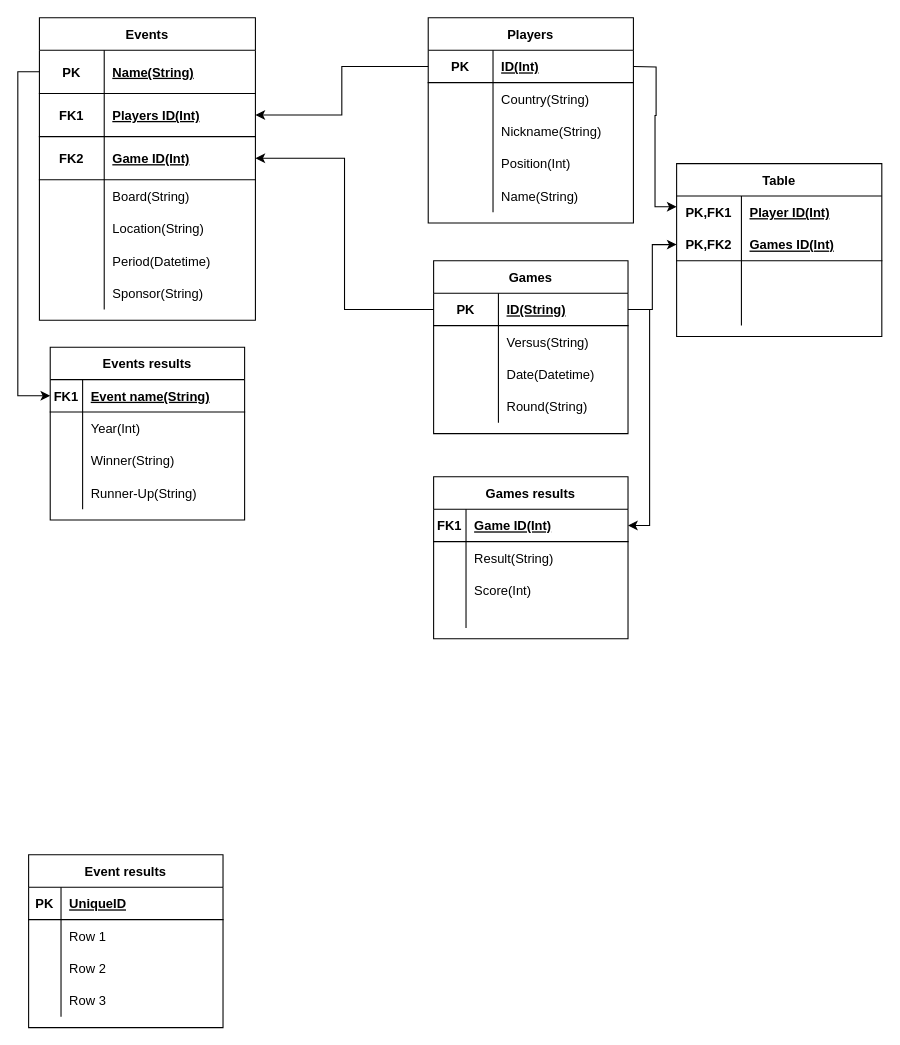
Earlier version of the draw.io diagram page "Page-2" (2 of 3) of rgrERD.drawio (Kochtyan/VisProgRGR). Source tidied: cells renumbered, new cells numbered last; positions are measured from the earlier drawing's top-left corner, leaving out a move shared by most shapes. Both pictures are drawn from the tidied source at 108%, with x=0, y=0 at pixel (28, 17).
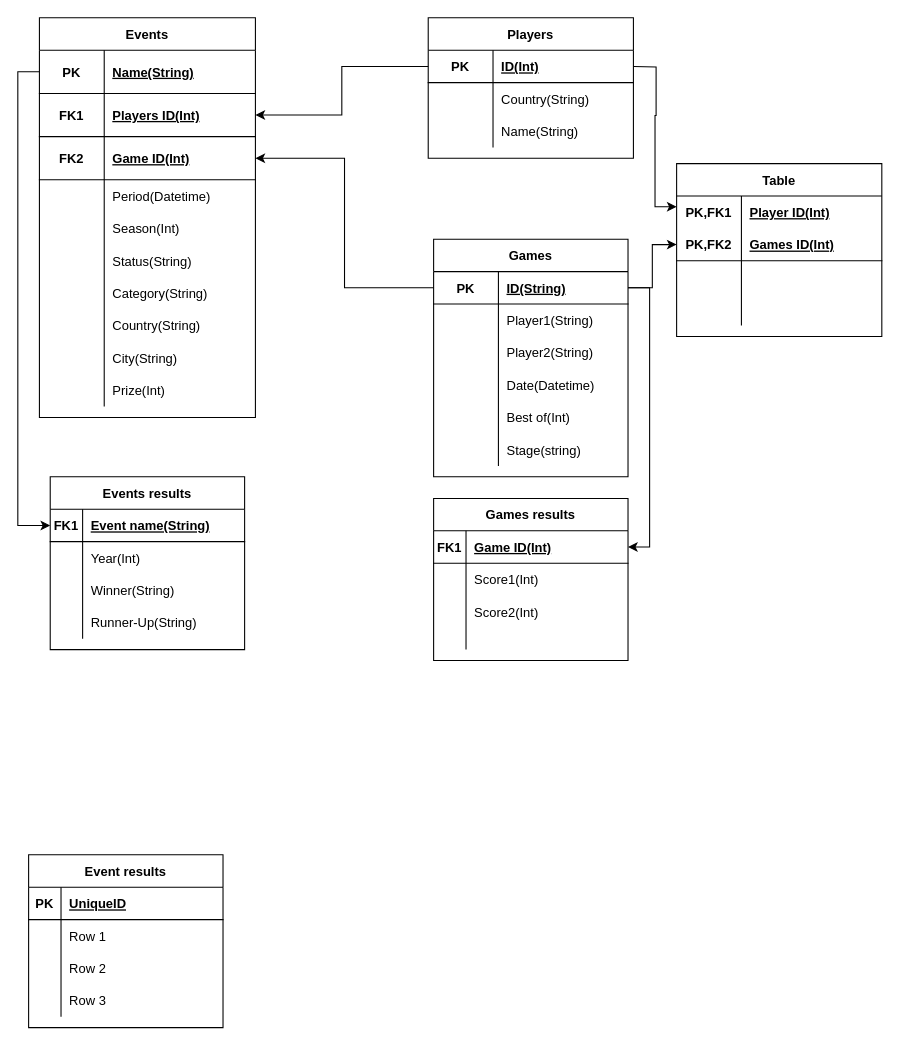
The same page after the edit.

The change refers to these unchanged cells:
```xml
<mxCell id="28" style="shape=tableRow;horizontal=0;startSize=0;swimlaneHead=0;swimlaneBody=0;fillColor=none;top=0;left=0;right=0;bottom=0;" parent="18" vertex="1">
  <mxGeometry y="150" width="200" height="30" as="geometry" />
</mxCell>
<mxCell id="31" style="shape=tableRow;horizontal=0;startSize=0;swimlaneHead=0;swimlaneBody=0;fillColor=none;top=0;left=0;right=0;bottom=0;" parent="18" vertex="1">
  <mxGeometry y="180" width="200" height="30" as="geometry" />
</mxCell>
<mxCell id="34" style="shape=tableRow;horizontal=0;startSize=0;swimlaneHead=0;swimlaneBody=0;fillColor=none;top=0;left=0;right=0;bottom=0;" parent="18" vertex="1">
  <mxGeometry y="210" width="200" height="30" as="geometry" />
</mxCell>
<mxCell id="37" style="shape=tableRow;horizontal=0;startSize=0;swimlaneHead=0;swimlaneBody=0;fillColor=none;top=0;left=0;right=0;bottom=0;" parent="18" vertex="1">
  <mxGeometry y="240" width="200" height="30" as="geometry" />
</mxCell>
<mxCell id="44" style="shape=tableRow;horizontal=0;startSize=0;swimlaneHead=0;swimlaneBody=0;fillColor=none;top=0;left=0;right=0;bottom=0;" parent="40" vertex="1">
  <mxGeometry y="60" width="180" height="30" as="geometry" />
</mxCell>
<mxCell id="47" style="shape=tableRow;horizontal=0;startSize=0;swimlaneHead=0;swimlaneBody=0;fillColor=none;top=0;left=0;right=0;bottom=0;" parent="40" vertex="1">
  <mxGeometry y="90" width="180" height="30" as="geometry" />
</mxCell>
<mxCell id="50" style="shape=tableRow;horizontal=0;startSize=0;swimlaneHead=0;swimlaneBody=0;fillColor=none;top=0;left=0;right=0;bottom=0;" parent="40" vertex="1">
  <mxGeometry y="120" width="180" height="30" as="geometry" />
</mxCell>
<mxCell id="57" style="shape=tableRow;horizontal=0;startSize=0;swimlaneHead=0;swimlaneBody=0;fillColor=none;top=0;left=0;right=0;bottom=0;" parent="53" vertex="1">
  <mxGeometry y="60" width="180" height="30" as="geometry" />
</mxCell>
<mxCell id="60" style="shape=tableRow;horizontal=0;startSize=0;swimlaneHead=0;swimlaneBody=0;fillColor=none;top=0;left=0;right=0;bottom=0;" parent="53" vertex="1">
  <mxGeometry y="90" width="180" height="30" as="geometry" />
</mxCell>
```

The edit, as a diff of the source:
```diff
@@
     <mxCell id="2" value="Players" style="shape=table;startSize=30;childLayout=tableLayout;rowLines=0;fontStyle=1;align=center;" parent="1" vertex="1">
-      <mxGeometry x="370" width="190" height="190" as="geometry" />
+      <mxGeometry x="370" width="190" height="130" as="geometry" />
     </mxCell>
@@
-    <mxCell id="9" style="shape=tableRow;horizontal=0;startSize=0;swimlaneHead=0;swimlaneBody=0;fillColor=none;top=0;left=0;right=0;bottom=0;" parent="2" vertex="1">
-      <mxGeometry y="90" width="190" height="30" as="geometry" />
-    </mxCell>
-    <mxCell id="10" style="shape=partialRectangle;fillColor=none;top=0;left=0;bottom=0;right=0;overflow=hidden;" parent="9" vertex="1">
-      <mxGeometry width="60" height="30" as="geometry" />
-    </mxCell>
-    <mxCell id="11" value="Nickname(String)" style="shape=partialRectangle;fillColor=none;top=0;left=0;bottom=0;right=0;align=left;spacingLeft=6;overflow=hidden;" parent="9" vertex="1">
-      <mxGeometry x="60" width="130" height="30" as="geometry" />
-    </mxCell>
-    <mxCell id="12" style="shape=tableRow;horizontal=0;startSize=0;swimlaneHead=0;swimlaneBody=0;fillColor=none;top=0;left=0;right=0;bottom=0;" parent="2" vertex="1">
-      <mxGeometry y="120" width="190" height="30" as="geometry" />
-    </mxCell>
-    <mxCell id="13" style="shape=partialRectangle;fillColor=none;top=0;left=0;bottom=0;right=0;overflow=hidden;" parent="12" vertex="1">
-      <mxGeometry width="60" height="30" as="geometry" />
-    </mxCell>
-    <mxCell id="14" value="Position(Int)" style="shape=partialRectangle;fillColor=none;top=0;left=0;bottom=0;right=0;align=left;spacingLeft=6;overflow=hidden;" parent="12" vertex="1">
-      <mxGeometry x="60" width="130" height="30" as="geometry" />
-    </mxCell>
     <mxCell id="15" style="shape=tableRow;horizontal=0;startSize=0;swimlaneHead=0;swimlaneBody=0;fillColor=none;top=0;left=0;right=0;bottom=0;" parent="2" vertex="1">
-      <mxGeometry y="150" width="190" height="30" as="geometry" />
+      <mxGeometry y="90" width="190" height="30" as="geometry" />
     </mxCell>
@@
     <mxCell id="18" value="Events" style="shape=table;startSize=30;childLayout=tableLayout;rowLines=0;fontStyle=1;align=center;" parent="1" vertex="1">
-      <mxGeometry x="10" width="200" height="280" as="geometry" />
+      <mxGeometry x="10" width="200" height="370" as="geometry" />
     </mxCell>
@@
-    <mxCell id="30" value="Board(String)" style="shape=partialRectangle;fillColor=none;top=0;left=0;bottom=0;right=0;align=left;spacingLeft=6;overflow=hidden;" parent="28" vertex="1">
+    <mxCell id="30" value="Period(Datetime)" style="shape=partialRectangle;fillColor=none;top=0;left=0;bottom=0;right=0;align=left;spacingLeft=6;overflow=hidden;" parent="28" vertex="1">
       <mxGeometry x="60" width="140" height="30" as="geometry" />
     </mxCell>
@@
-    <mxCell id="33" value="Location(String)" style="shape=partialRectangle;fillColor=none;top=0;left=0;bottom=0;right=0;align=left;spacingLeft=6;overflow=hidden;" parent="31" vertex="1">
+    <mxCell id="33" value="Season(Int)" style="shape=partialRectangle;fillColor=none;top=0;left=0;bottom=0;right=0;align=left;spacingLeft=6;overflow=hidden;" parent="31" vertex="1">
       <mxGeometry x="60" width="140" height="30" as="geometry" />
     </mxCell>
@@
-    <mxCell id="36" value="Period(Datetime)" style="shape=partialRectangle;fillColor=none;top=0;left=0;bottom=0;right=0;align=left;spacingLeft=6;overflow=hidden;" parent="34" vertex="1">
+    <mxCell id="36" value="Status(String)" style="shape=partialRectangle;fillColor=none;top=0;left=0;bottom=0;right=0;align=left;spacingLeft=6;overflow=hidden;" parent="34" vertex="1">
       <mxGeometry x="60" width="140" height="30" as="geometry" />
     </mxCell>
@@
-    <mxCell id="39" value="Sponsor(String)" style="shape=partialRectangle;fillColor=none;top=0;left=0;bottom=0;right=0;align=left;spacingLeft=6;overflow=hidden;" parent="37" vertex="1">
+    <mxCell id="39" value="Category(String)" style="shape=partialRectangle;fillColor=none;top=0;left=0;bottom=0;right=0;align=left;spacingLeft=6;overflow=hidden;" parent="37" vertex="1">
       <mxGeometry x="60" width="140" height="30" as="geometry" />
     </mxCell>
+    <mxCell id="111" style="shape=tableRow;horizontal=0;startSize=0;swimlaneHead=0;swimlaneBody=0;fillColor=none;top=0;left=0;right=0;bottom=0;" parent="18" vertex="1">
+      <mxGeometry y="270" width="200" height="30" as="geometry" />
+    </mxCell>
+    <mxCell id="112" style="shape=partialRectangle;fillColor=none;top=0;left=0;bottom=0;right=0;overflow=hidden;" parent="111" vertex="1">
+      <mxGeometry width="60" height="30" as="geometry" />
+    </mxCell>
+    <mxCell id="113" value="Country(String)" style="shape=partialRectangle;fillColor=none;top=0;left=0;bottom=0;right=0;align=left;spacingLeft=6;overflow=hidden;" parent="111" vertex="1">
+      <mxGeometry x="60" width="140" height="30" as="geometry" />
+    </mxCell>
+    <mxCell id="114" style="shape=tableRow;horizontal=0;startSize=0;swimlaneHead=0;swimlaneBody=0;fillColor=none;top=0;left=0;right=0;bottom=0;" parent="18" vertex="1">
+      <mxGeometry y="300" width="200" height="30" as="geometry" />
+    </mxCell>
+    <mxCell id="115" style="shape=partialRectangle;fillColor=none;top=0;left=0;bottom=0;right=0;overflow=hidden;" parent="114" vertex="1">
+      <mxGeometry width="60" height="30" as="geometry" />
+    </mxCell>
+    <mxCell id="116" value="City(String)" style="shape=partialRectangle;fillColor=none;top=0;left=0;bottom=0;right=0;align=left;spacingLeft=6;overflow=hidden;" parent="114" vertex="1">
+      <mxGeometry x="60" width="140" height="30" as="geometry" />
+    </mxCell>
+    <mxCell id="117" style="shape=tableRow;horizontal=0;startSize=0;swimlaneHead=0;swimlaneBody=0;fillColor=none;top=0;left=0;right=0;bottom=0;" parent="18" vertex="1">
+      <mxGeometry y="330" width="200" height="30" as="geometry" />
+    </mxCell>
+    <mxCell id="118" style="shape=partialRectangle;fillColor=none;top=0;left=0;bottom=0;right=0;overflow=hidden;" parent="117" vertex="1">
+      <mxGeometry width="60" height="30" as="geometry" />
+    </mxCell>
+    <mxCell id="119" value="Prize(Int)" style="shape=partialRectangle;fillColor=none;top=0;left=0;bottom=0;right=0;align=left;spacingLeft=6;overflow=hidden;" parent="117" vertex="1">
+      <mxGeometry x="60" width="140" height="30" as="geometry" />
+    </mxCell>
     <mxCell id="40" value="Games" style="shape=table;startSize=30;childLayout=tableLayout;rowLines=0;fontStyle=1;align=center;" parent="1" vertex="1">
-      <mxGeometry x="375" y="225" width="180" height="160" as="geometry" />
+      <mxGeometry x="375" y="205" width="180" height="220" as="geometry" />
     </mxCell>
@@
-    <mxCell id="46" value="Versus(String)" style="shape=partialRectangle;fillColor=none;top=0;left=0;bottom=0;right=0;align=left;spacingLeft=6;overflow=hidden;" parent="44" vertex="1">
+    <mxCell id="46" value="Player1(String)" style="shape=partialRectangle;fillColor=none;top=0;left=0;bottom=0;right=0;align=left;spacingLeft=6;overflow=hidden;" parent="44" vertex="1">
       <mxGeometry x="60" width="120" height="30" as="geometry" />
     </mxCell>
@@
-    <mxCell id="49" value="Date(Datetime)" style="shape=partialRectangle;fillColor=none;top=0;left=0;bottom=0;right=0;align=left;spacingLeft=6;overflow=hidden;" parent="47" vertex="1">
+    <mxCell id="49" value="Player2(String)" style="shape=partialRectangle;fillColor=none;top=0;left=0;bottom=0;right=0;align=left;spacingLeft=6;overflow=hidden;" parent="47" vertex="1">
       <mxGeometry x="60" width="120" height="30" as="geometry" />
     </mxCell>
@@
-    <mxCell id="52" value="Round(String)" style="shape=partialRectangle;fillColor=none;top=0;left=0;bottom=0;right=0;align=left;spacingLeft=6;overflow=hidden;" parent="50" vertex="1">
+    <mxCell id="52" value="Date(Datetime)" style="shape=partialRectangle;fillColor=none;top=0;left=0;bottom=0;right=0;align=left;spacingLeft=6;overflow=hidden;" parent="50" vertex="1">
       <mxGeometry x="60" width="120" height="30" as="geometry" />
     </mxCell>
+    <mxCell id="120" style="shape=tableRow;horizontal=0;startSize=0;swimlaneHead=0;swimlaneBody=0;fillColor=none;top=0;left=0;right=0;bottom=0;" parent="40" vertex="1">
+      <mxGeometry y="150" width="180" height="30" as="geometry" />
+    </mxCell>
+    <mxCell id="121" style="shape=partialRectangle;fillColor=none;top=0;left=0;bottom=0;right=0;overflow=hidden;" parent="120" vertex="1">
+      <mxGeometry width="60" height="30" as="geometry" />
+    </mxCell>
+    <mxCell id="122" value="Best of(Int)" style="shape=partialRectangle;fillColor=none;top=0;left=0;bottom=0;right=0;align=left;spacingLeft=6;overflow=hidden;" parent="120" vertex="1">
+      <mxGeometry x="60" width="120" height="30" as="geometry" />
+    </mxCell>
+    <mxCell id="123" style="shape=tableRow;horizontal=0;startSize=0;swimlaneHead=0;swimlaneBody=0;fillColor=none;top=0;left=0;right=0;bottom=0;" parent="40" vertex="1">
+      <mxGeometry y="180" width="180" height="30" as="geometry" />
+    </mxCell>
+    <mxCell id="124" style="shape=partialRectangle;fillColor=none;top=0;left=0;bottom=0;right=0;overflow=hidden;" parent="123" vertex="1">
+      <mxGeometry width="60" height="30" as="geometry" />
+    </mxCell>
+    <mxCell id="125" value="Stage(string)" style="shape=partialRectangle;fillColor=none;top=0;left=0;bottom=0;right=0;align=left;spacingLeft=6;overflow=hidden;" parent="123" vertex="1">
+      <mxGeometry x="60" width="120" height="30" as="geometry" />
+    </mxCell>
     <mxCell id="53" value="Games results" style="shape=table;startSize=30;childLayout=tableLayout;rowLines=0;fontStyle=1;align=center;" parent="1" vertex="1">
-      <mxGeometry x="375" y="425" width="180" height="150" as="geometry" />
+      <mxGeometry x="375" y="445" width="180" height="150" as="geometry" />
     </mxCell>
@@
-    <mxCell id="59" value="Result(String)" style="shape=partialRectangle;fillColor=none;top=0;left=0;bottom=0;right=0;align=left;spacingLeft=6;overflow=hidden;" parent="57" vertex="1">
+    <mxCell id="59" value="Score1(Int)" style="shape=partialRectangle;fillColor=none;top=0;left=0;bottom=0;right=0;align=left;spacingLeft=6;overflow=hidden;" parent="57" vertex="1">
       <mxGeometry x="30" width="150" height="30" as="geometry" />
     </mxCell>
@@
-    <mxCell id="62" value="Score(Int)" style="shape=partialRectangle;fillColor=none;top=0;left=0;bottom=0;right=0;align=left;spacingLeft=6;overflow=hidden;" parent="60" vertex="1">
+    <mxCell id="62" value="Score2(Int)" style="shape=partialRectangle;fillColor=none;top=0;left=0;bottom=0;right=0;align=left;spacingLeft=6;overflow=hidden;" parent="60" vertex="1">
       <mxGeometry x="30" width="150" height="30" as="geometry" />
     </mxCell>
@@
     <mxCell id="66" value="Events results" style="shape=table;startSize=30;childLayout=tableLayout;rowLines=0;fontStyle=1;align=center;" parent="1" vertex="1">
-      <mxGeometry x="20" y="305" width="180" height="160" as="geometry" />
+      <mxGeometry x="20" y="425" width="180" height="160" as="geometry" />
     </mxCell>
```
